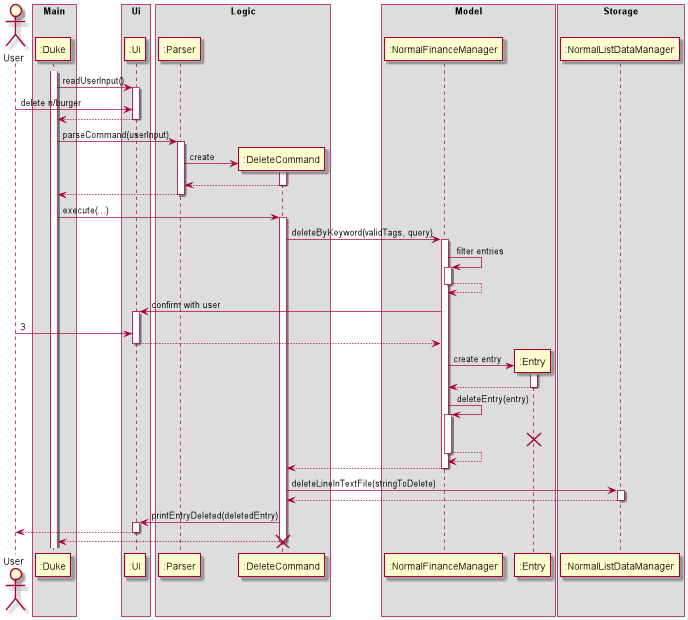
Above: docs/images/ArchitectureSequenceDiagram.png in yanjia1777/tp (PlantUML), before the change.
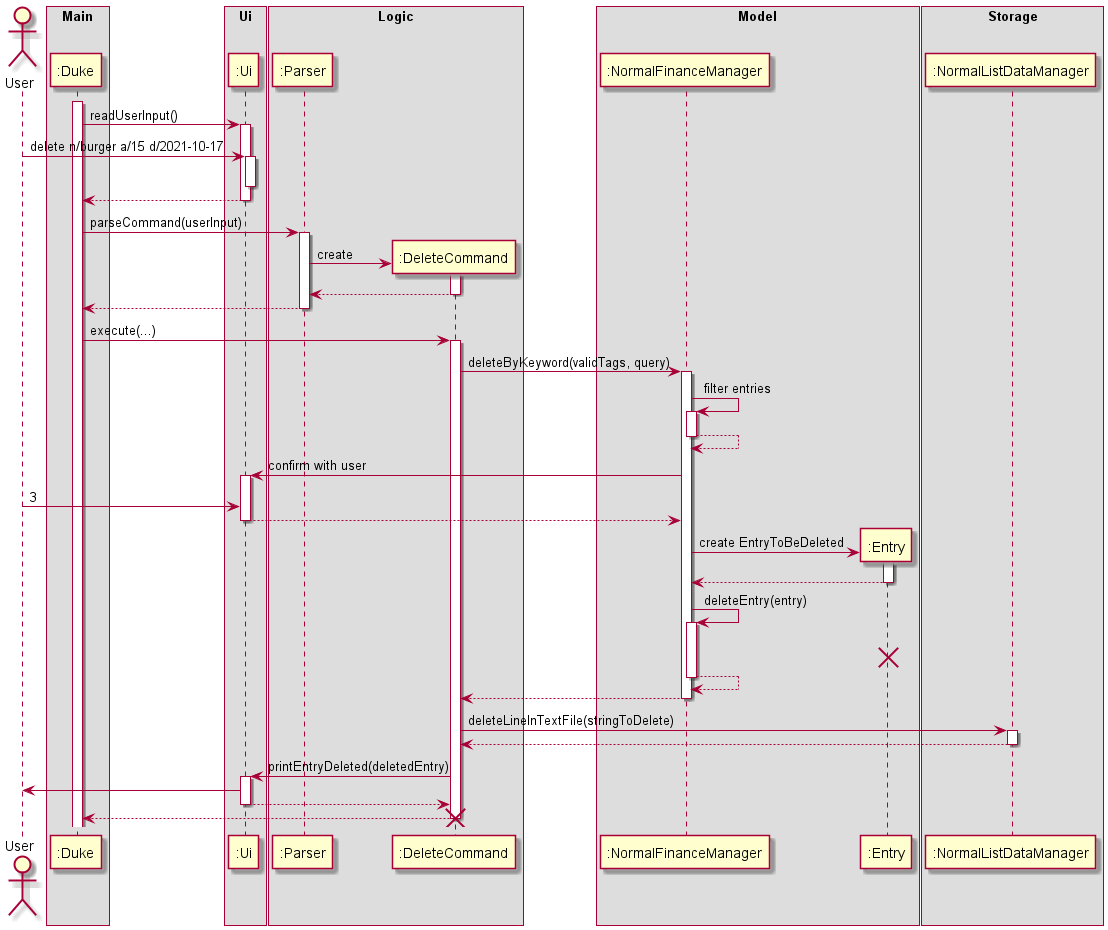
Later version of the same file.

What changed in the source:
```diff
@@ -25,7 +25,9 @@
 activate Duke
 Duke -> Ui: readUserInput()
 activate Ui
-User -> Ui : delete n/burger
+User -> Ui : delete n/burger a/15 d/2021-10-17
+activate Ui
+deactivate Ui
 Ui --> Duke
 deactivate Ui
 Duke -> Parser : parseCommand(userInput)
@@ -52,7 +54,7 @@
 Ui --> NormalFinanceManager
 deactivate Ui
 create Entry
-NormalFinanceManager -> Entry : create entry
+NormalFinanceManager -> Entry : create EntryToBeDeleted
 activate Entry
 Entry --> NormalFinanceManager
 deactivate Entry
@@ -69,7 +71,9 @@
 deactivate NormalListDataManager
 DeleteCommand -> Ui : printEntryDeleted(deletedEntry)
 activate Ui
-Ui --> User
+Ui -> User
+Ui --> DeleteCommand
+
 deactivate Ui
 DeleteCommand --> Duke
 deactivate DeleteCommand
```
